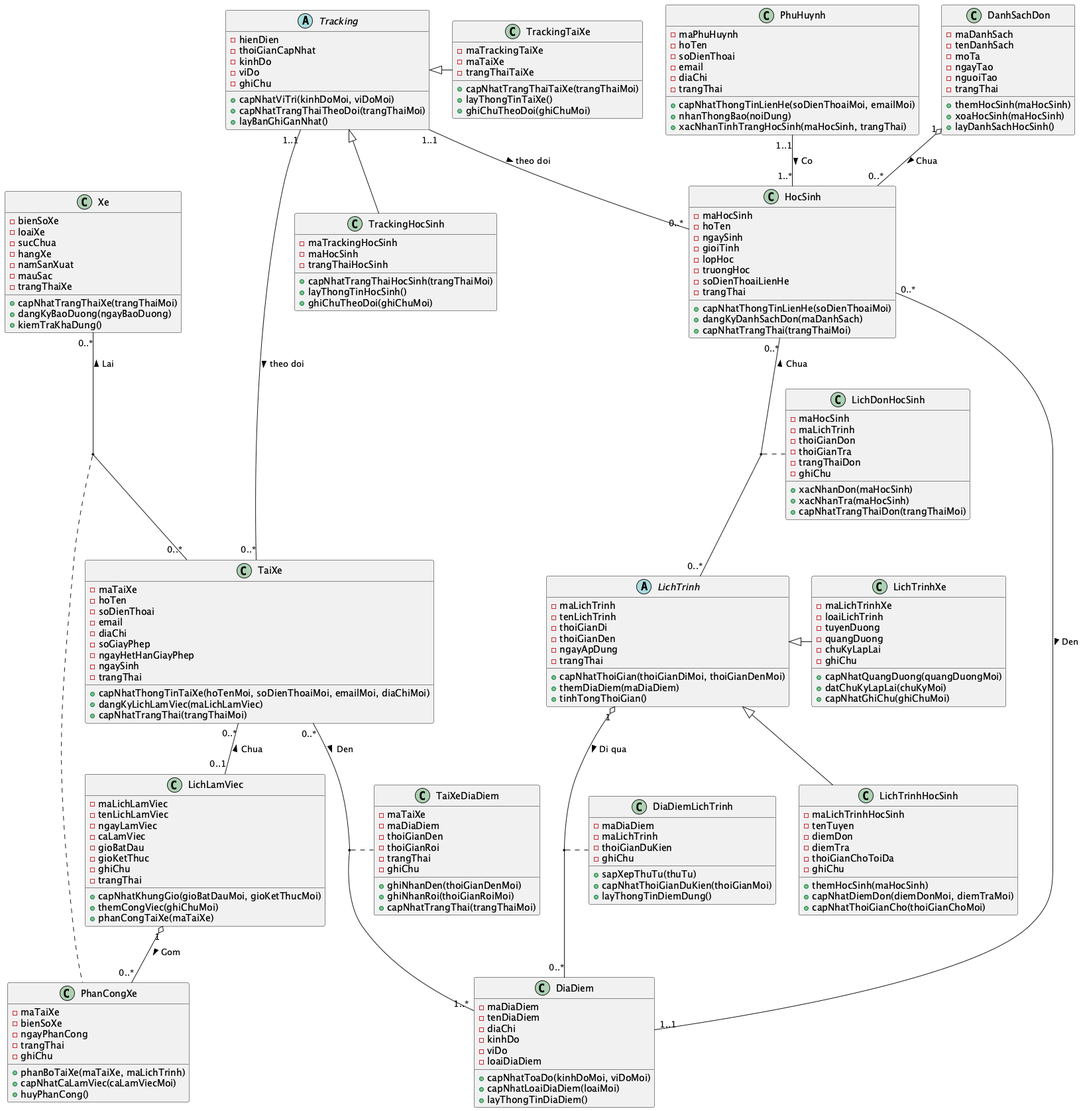
The PlantUML diagram Bus-Smart-app/public/model/uml/domain/class.png in Bancie/UltraBus, before a commit. Its diagram source:
```plantuml
@startuml
Class TaiXe {
    - maTaiXe
    - hoTen
    - soDienThoai
    - email
    - diaChi
    - soGiayPhep
    - ngayHetHanGiayPhep
    - ngaySinh
    - trangThai

    +capNhatThongTinTaiXe(hoTenMoi, soDienThoaiMoi, emailMoi, diaChiMoi)
    +dangKyLichLamViec(maLichLamViec)
    +capNhatTrangThai(trangThaiMoi)
}

Class PhuHuynh {
    - maPhuHuynh
    - hoTen
    - soDienThoai
    - email
    - diaChi
    - trangThai

    +capNhatThongTinLienHe(soDienThoaiMoi, emailMoi)
    +nhanThongBao(noiDung)
    +xacNhanTinhTrangHocSinh(maHocSinh, trangThai)
}

Class HocSinh {
    - maHocSinh
    - hoTen
    - ngaySinh
    - gioiTinh
    - lopHoc
    - truongHoc
    - soDienThoaiLienHe
    - trangThai

    +capNhatThongTinLienHe(soDienThoaiMoi)
    +dangKyDanhSachDon(maDanhSach)
    +capNhatTrangThai(trangThaiMoi)
}

Class LichLamViec {
    - maLichLamViec
    - tenLichLamViec
    - ngayLamViec
    - caLamViec
    - gioBatDau
    - gioKetThuc
    - ghiChu
    - trangThai

    +capNhatKhungGio(gioBatDauMoi, gioKetThucMoi)
    +themCongViec(ghiChuMoi)
    +phanCongTaiXe(maTaiXe)
}

Class DanhSachDon {
    - maDanhSach
    - tenDanhSach
    - moTa
    - ngayTao
    - nguoiTao
    - trangThai

    +themHocSinh(maHocSinh)
    +xoaHocSinh(maHocSinh)
    +layDanhSachHocSinh()
}

Abstract LichTrinh {
    - maLichTrinh
    - tenLichTrinh
    - thoiGianDi
    - thoiGianDen
    - ngayApDung
    - trangThai

    +capNhatThoiGian(thoiGianDiMoi, thoiGianDenMoi)
    +themDiaDiem(maDiaDiem)
    +tinhTongThoiGian()
}

Class LichTrinhXe {
    - maLichTrinhXe
    - loaiLichTrinh
    - tuyenDuong
    - quangDuong
    - chuKyLapLai
    - ghiChu

    +capNhatQuangDuong(quangDuongMoi)
    +datChuKyLapLai(chuKyMoi)
    +capNhatGhiChu(ghiChuMoi)
}

Class LichTrinhHocSinh {
    - maLichTrinhHocSinh
    - tenTuyen
    - diemDon
    - diemTra
    - thoiGianChoToiDa
    - ghiChu

    +themHocSinh(maHocSinh)
    +capNhatDiemDon(diemDonMoi, diemTraMoi)
    +capNhatThoiGianCho(thoiGianChoMoi)
}

Class Xe {
    - bienSoXe
    - loaiXe
    - sucChua
    - hangXe
    - namSanXuat
    - mauSac
    - trangThaiXe

    +capNhatTrangThaiXe(trangThaiMoi)
    +dangKyBaoDuong(ngayBaoDuong)
    +kiemTraKhaDung()
}

Class PhanCongXe {
    - maTaiXe
    - bienSoXe
    - ngayPhanCong
    - trangThai
    - ghiChu

    +phanBoTaiXe(maTaiXe, maLichTrinh)
    +capNhatCaLamViec(caLamViecMoi)
    +huyPhanCong()
}

Abstract Tracking {
    - hienDien
    - thoiGianCapNhat
    - kinhDo
    - viDo
    - ghiChu

    +capNhatViTri(kinhDoMoi, viDoMoi)
    +capNhatTrangThaiTheoDoi(trangThaiMoi)
    +layBanGhiGanNhat()
}

Class TrackingTaiXe {
    - maTrackingTaiXe
    - maTaiXe
    - trangThaiTaiXe

    +capNhatTrangThaiTaiXe(trangThaiMoi)
    +layThongTinTaiXe()
    +ghiChuTheoDoi(ghiChuMoi)
}

Class TrackingHocSinh {
    - maTrackingHocSinh
    - maHocSinh
    - trangThaiHocSinh

    +capNhatTrangThaiHocSinh(trangThaiMoi)
    +layThongTinHocSinh()
    +ghiChuTheoDoi(ghiChuMoi)
}

Class LichDonHocSinh {
    - maHocSinh
    - maLichTrinh
    - thoiGianDon
    - thoiGianTra
    - trangThaiDon
    - ghiChu

    +xacNhanDon(maHocSinh)
    +xacNhanTra(maHocSinh)
    +capNhatTrangThaiDon(trangThaiMoi)
}

Class DiaDiem {
    - maDiaDiem
    - tenDiaDiem
    - diaChi
    - kinhDo
    - viDo
    - loaiDiaDiem

    +capNhatToaDo(kinhDoMoi, viDoMoi)
    +capNhatLoaiDiaDiem(loaiMoi)
    +layThongTinDiaDiem()
}

Class TaiXeDiaDiem {
    - maTaiXe
    - maDiaDiem
    - thoiGianDen
    - thoiGianRoi
    - trangThai
    - ghiChu

    +ghiNhanDen(thoiGianDenMoi)
    +ghiNhanRoi(thoiGianRoiMoi)
    +capNhatTrangThai(trangThaiMoi)
}

Class DiaDiemLichTrinh {
    - maDiaDiem
    - maLichTrinh
    - thoiGianDuKien
    - ghiChu

    +sapXepThuTu(thuTu)
    +capNhatThoiGianDuKien(thoiGianMoi)
    +layThongTinDiemDung()
}


TaiXe"0..*" -- "0..1"LichLamViec : Chua <
LichLamViec "1" o-- "0..*" PhanCongXe : Gom >

LichTrinh <|- LichTrinhXe
LichTrinh <|-- LichTrinhHocSinh

HocSinh"0..*" -- "0..*"LichTrinh : Chua <
DanhSachDon "1" o-- "0..*" HocSinh : Chua >

Xe"0..*" -- "0..*"TaiXe : Lai <
(Xe, TaiXe) . PhanCongXe

PhuHuynh"1..1" -- "1..*"HocSinh : Co >

Tracking <|- TrackingTaiXe
Tracking <|-- TrackingHocSinh
Tracking"1..1" -- "0..*"TaiXe : theo doi >
Tracking"1..1" -- "0..*"HocSinh : theo doi >

(HocSinh, LichTrinh) . LichDonHocSinh

HocSinh"0..*" --- "1..1"DiaDiem : Den >
TaiXe"0..*" -- "1..*"DiaDiem : Den >
(DiaDiem, TaiXe) . TaiXeDiaDiem

LichTrinh "1" o-- "0..*" DiaDiem : Di qua >
(LichTrinh, DiaDiem) . DiaDiemLichTrinh
@enduml
```
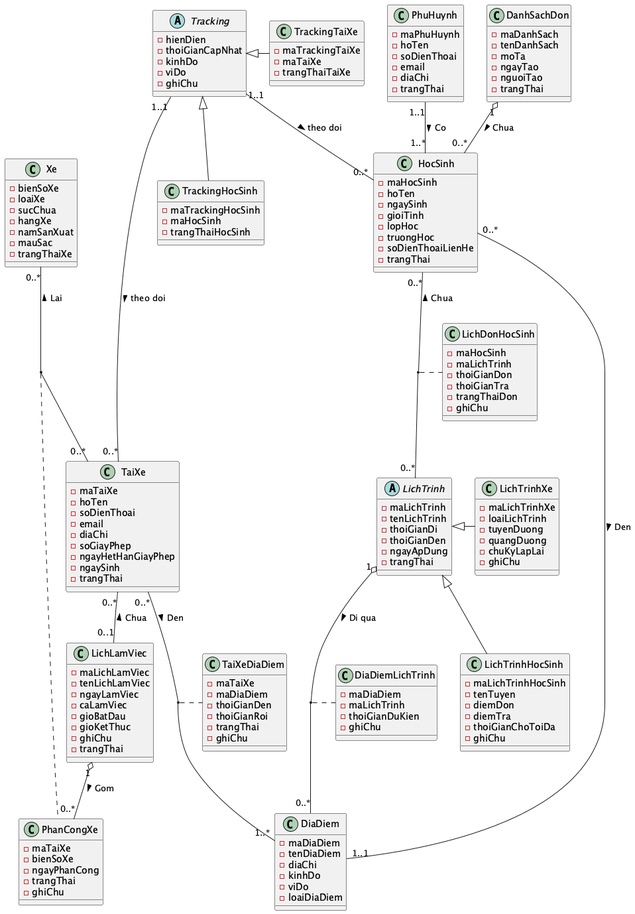
Later version of the same file.

The edit, as a diff of the source:
```diff
@@ -9,10 +9,6 @@
     - ngayHetHanGiayPhep
     - ngaySinh
     - trangThai
-
-    +capNhatThongTinTaiXe(hoTenMoi, soDienThoaiMoi, emailMoi, diaChiMoi)
-    +dangKyLichLamViec(maLichLamViec)
-    +capNhatTrangThai(trangThaiMoi)
 }
 
 Class PhuHuynh {
@@ -22,10 +18,6 @@
     - email
     - diaChi
     - trangThai
-
-    +capNhatThongTinLienHe(soDienThoaiMoi, emailMoi)
-    +nhanThongBao(noiDung)
-    +xacNhanTinhTrangHocSinh(maHocSinh, trangThai)
 }
 
 Class HocSinh {
@@ -37,10 +29,6 @@
     - truongHoc
     - soDienThoaiLienHe
     - trangThai
-
-    +capNhatThongTinLienHe(soDienThoaiMoi)
-    +dangKyDanhSachDon(maDanhSach)
-    +capNhatTrangThai(trangThaiMoi)
 }
 
 Class LichLamViec {
@@ -52,10 +40,6 @@
     - gioKetThuc
     - ghiChu
     - trangThai
-
-    +capNhatKhungGio(gioBatDauMoi, gioKetThucMoi)
-    +themCongViec(ghiChuMoi)
-    +phanCongTaiXe(maTaiXe)
 }
 
 Class DanhSachDon {
@@ -65,10 +49,6 @@
     - ngayTao
     - nguoiTao
     - trangThai
-
-    +themHocSinh(maHocSinh)
-    +xoaHocSinh(maHocSinh)
-    +layDanhSachHocSinh()
 }
 
 Abstract LichTrinh {
@@ -78,10 +58,6 @@
     - thoiGianDen
     - ngayApDung
     - trangThai
-
-    +capNhatThoiGian(thoiGianDiMoi, thoiGianDenMoi)
-    +themDiaDiem(maDiaDiem)
-    +tinhTongThoiGian()
 }
 
 Class LichTrinhXe {
@@ -91,10 +67,6 @@
     - quangDuong
     - chuKyLapLai
     - ghiChu
-
-    +capNhatQuangDuong(quangDuongMoi)
-    +datChuKyLapLai(chuKyMoi)
-    +capNhatGhiChu(ghiChuMoi)
 }
 
 Class LichTrinhHocSinh {
@@ -104,10 +76,6 @@
     - diemTra
     - thoiGianChoToiDa
     - ghiChu
-
-    +themHocSinh(maHocSinh)
-    +capNhatDiemDon(diemDonMoi, diemTraMoi)
-    +capNhatThoiGianCho(thoiGianChoMoi)
 }
 
 Class Xe {
@@ -118,10 +86,6 @@
     - namSanXuat
     - mauSac
     - trangThaiXe
-
-    +capNhatTrangThaiXe(trangThaiMoi)
-    +dangKyBaoDuong(ngayBaoDuong)
-    +kiemTraKhaDung()
 }
 
 Class PhanCongXe {
@@ -130,10 +94,6 @@
     - ngayPhanCong
     - trangThai
     - ghiChu
-
-    +phanBoTaiXe(maTaiXe, maLichTrinh)
-    +capNhatCaLamViec(caLamViecMoi)
-    +huyPhanCong()
 }
 
 Abstract Tracking {
@@ -142,30 +102,18 @@
     - kinhDo
     - viDo
     - ghiChu
-
-    +capNhatViTri(kinhDoMoi, viDoMoi)
-    +capNhatTrangThaiTheoDoi(trangThaiMoi)
-    +layBanGhiGanNhat()
 }
 
 Class TrackingTaiXe {
     - maTrackingTaiXe
     - maTaiXe
     - trangThaiTaiXe
-
-    +capNhatTrangThaiTaiXe(trangThaiMoi)
-    +layThongTinTaiXe()
-    +ghiChuTheoDoi(ghiChuMoi)
 }
 
 Class TrackingHocSinh {
     - maTrackingHocSinh
     - maHocSinh
     - trangThaiHocSinh
-
-    +capNhatTrangThaiHocSinh(trangThaiMoi)
-    +layThongTinHocSinh()
-    +ghiChuTheoDoi(ghiChuMoi)
 }
 
 Class LichDonHocSinh {
@@ -175,10 +123,6 @@
     - thoiGianTra
     - trangThaiDon
     - ghiChu
-
-    +xacNhanDon(maHocSinh)
-    +xacNhanTra(maHocSinh)
-    +capNhatTrangThaiDon(trangThaiMoi)
 }
 
 Class DiaDiem {
@@ -188,10 +132,6 @@
     - kinhDo
     - viDo
     - loaiDiaDiem
-
-    +capNhatToaDo(kinhDoMoi, viDoMoi)
-    +capNhatLoaiDiaDiem(loaiMoi)
-    +layThongTinDiaDiem()
 }
 
 Class TaiXeDiaDiem {
@@ -201,10 +141,6 @@
     - thoiGianRoi
     - trangThai
     - ghiChu
-
-    +ghiNhanDen(thoiGianDenMoi)
-    +ghiNhanRoi(thoiGianRoiMoi)
-    +capNhatTrangThai(trangThaiMoi)
 }
 
 Class DiaDiemLichTrinh {
@@ -212,10 +148,6 @@
     - maLichTrinh
     - thoiGianDuKien
     - ghiChu
-
-    +sapXepThuTu(thuTu)
-    +capNhatThoiGianDuKien(thoiGianMoi)
-    +layThongTinDiemDung()
 }
 
 
```
